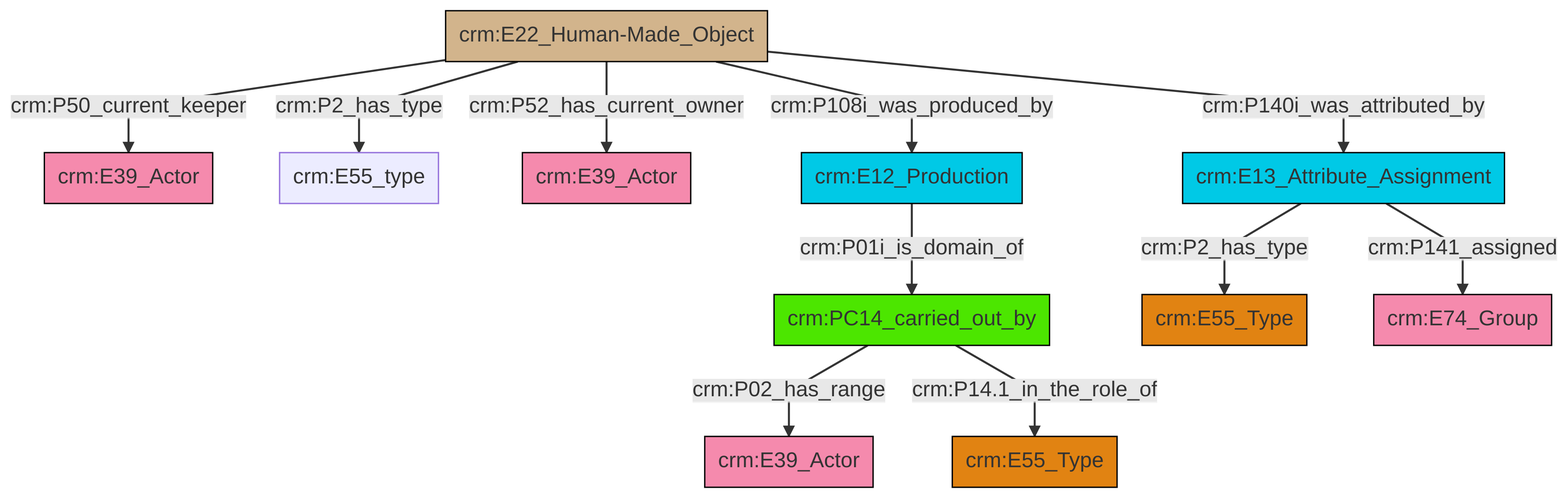
Before: et/artworkCSV/ttl/mmd/png/Artwork_Actor_Relations.png, a diagram exported from Mermaid (swiss-art-research-net/reference-data-models). Its source is kept beside it as et/artworkCSV/ttl/mmd/Artwork_Actor_Relations.ttl.mmd.
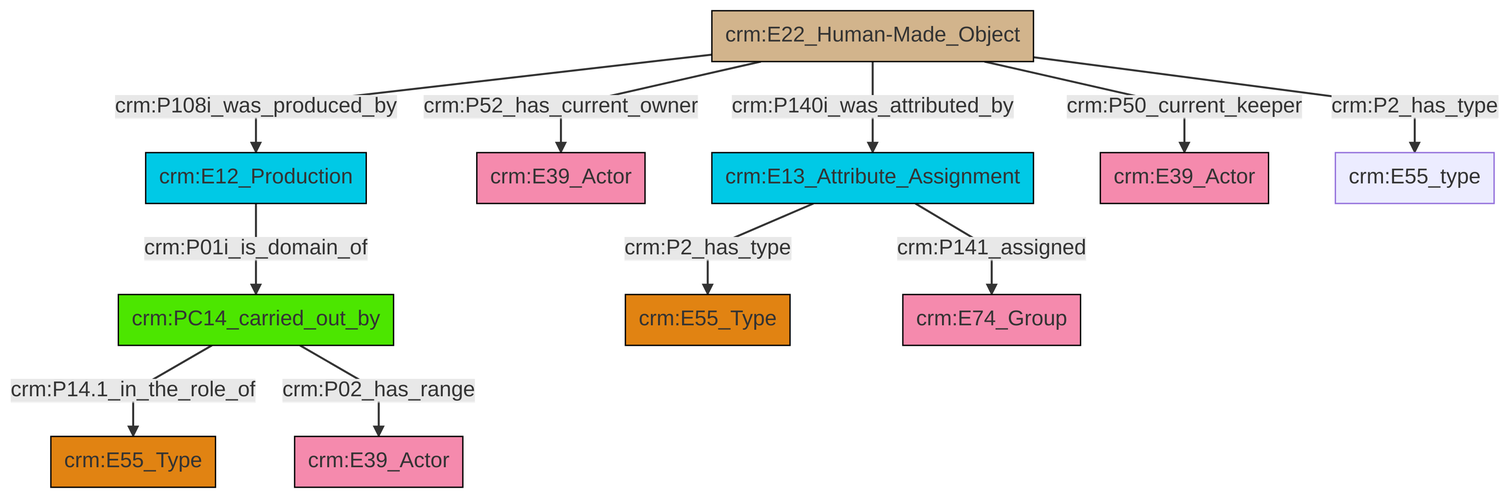
Later version of the same file.

What changed in the source:
```diff
@@ -13,13 +13,13 @@
 classDef PC_Classes fill:#4ce600, stroke:#000000;
 classDef Multi fill:#cccccc,stroke:#000000;
 
-4["crm:E22_Human-Made_Object"]:::Physical_Thing -->|crm:P50_current_keeper| 5["crm:E39_Actor"]:::Actor
-0["crm:PC14_carried_out_by"]:::PC_Classes -->|crm:P02_has_range| 6["crm:E39_Actor"]:::Actor
-4["crm:E22_Human-Made_Object"]:::Physical_Thing -->|crm:P2_has_type| 7["crm:E55_type"]:::Default
-0["crm:PC14_carried_out_by"]:::PC_Classes -->|crm:P14.1_in_the_role_of| 12["crm:E55_Type"]:::Type
-4["crm:E22_Human-Made_Object"]:::Physical_Thing -->|crm:P140i_was_attributed_by| 17["crm:E13_Attribute_Assignment"]:::Temporal_Entity
-4["crm:E22_Human-Made_Object"]:::Physical_Thing -->|crm:P52_has_current_owner| 8["crm:E39_Actor"]:::Actor
-17["crm:E13_Attribute_Assignment"]:::Temporal_Entity -->|crm:P141_assigned| 18["crm:E74_Group"]:::Actor
-4["crm:E22_Human-Made_Object"]:::Physical_Thing -->|crm:P108i_was_produced_by| 15["crm:E12_Production"]:::Temporal_Entity
-15["crm:E12_Production"]:::Temporal_Entity -->|crm:P01i_is_domain_of| 0["crm:PC14_carried_out_by"]:::PC_Classes
-17["crm:E13_Attribute_Assignment"]:::Temporal_Entity -->|crm:P2_has_type| 2["crm:E55_Type"]:::Type
+6["crm:E13_Attribute_Assignment"]:::Temporal_Entity -->|crm:P2_has_type| 7["crm:E55_Type"]:::Type
+10["crm:E22_Human-Made_Object"]:::Physical_Thing -->|crm:P108i_was_produced_by| 2["crm:E12_Production"]:::Temporal_Entity
+6["crm:E13_Attribute_Assignment"]:::Temporal_Entity -->|crm:P141_assigned| 8["crm:E74_Group"]:::Actor
+2["crm:E12_Production"]:::Temporal_Entity -->|crm:P01i_is_domain_of| 0["crm:PC14_carried_out_by"]:::PC_Classes
+0["crm:PC14_carried_out_by"]:::PC_Classes -->|crm:P14.1_in_the_role_of| 14["crm:E55_Type"]:::Type
+10["crm:E22_Human-Made_Object"]:::Physical_Thing -->|crm:P2_has_type| 17["crm:E55_type"]:::Default
+10["crm:E22_Human-Made_Object"]:::Physical_Thing -->|crm:P50_current_keeper| 15["crm:E39_Actor"]:::Actor
+0["crm:PC14_carried_out_by"]:::PC_Classes -->|crm:P02_has_range| 11["crm:E39_Actor"]:::Actor
+10["crm:E22_Human-Made_Object"]:::Physical_Thing -->|crm:P52_has_current_owner| 4["crm:E39_Actor"]:::Actor
+10["crm:E22_Human-Made_Object"]:::Physical_Thing -->|crm:P140i_was_attributed_by| 6["crm:E13_Attribute_Assignment"]:::Temporal_Entity
```
